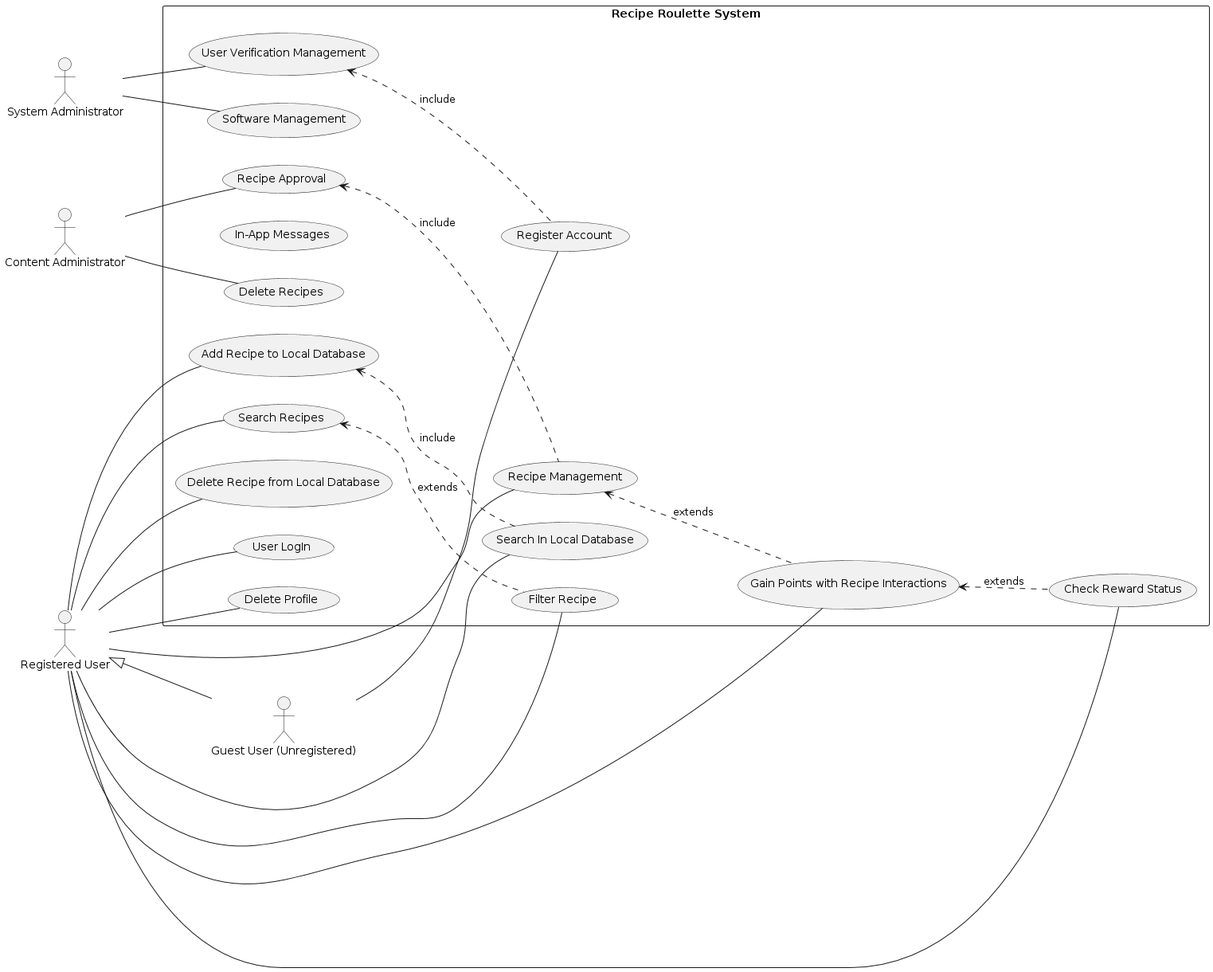
Before: DIAGRAMS/usecasediagram.png, a diagram exported from PlantUML (carmensat/RECIPE-ROULETTE).
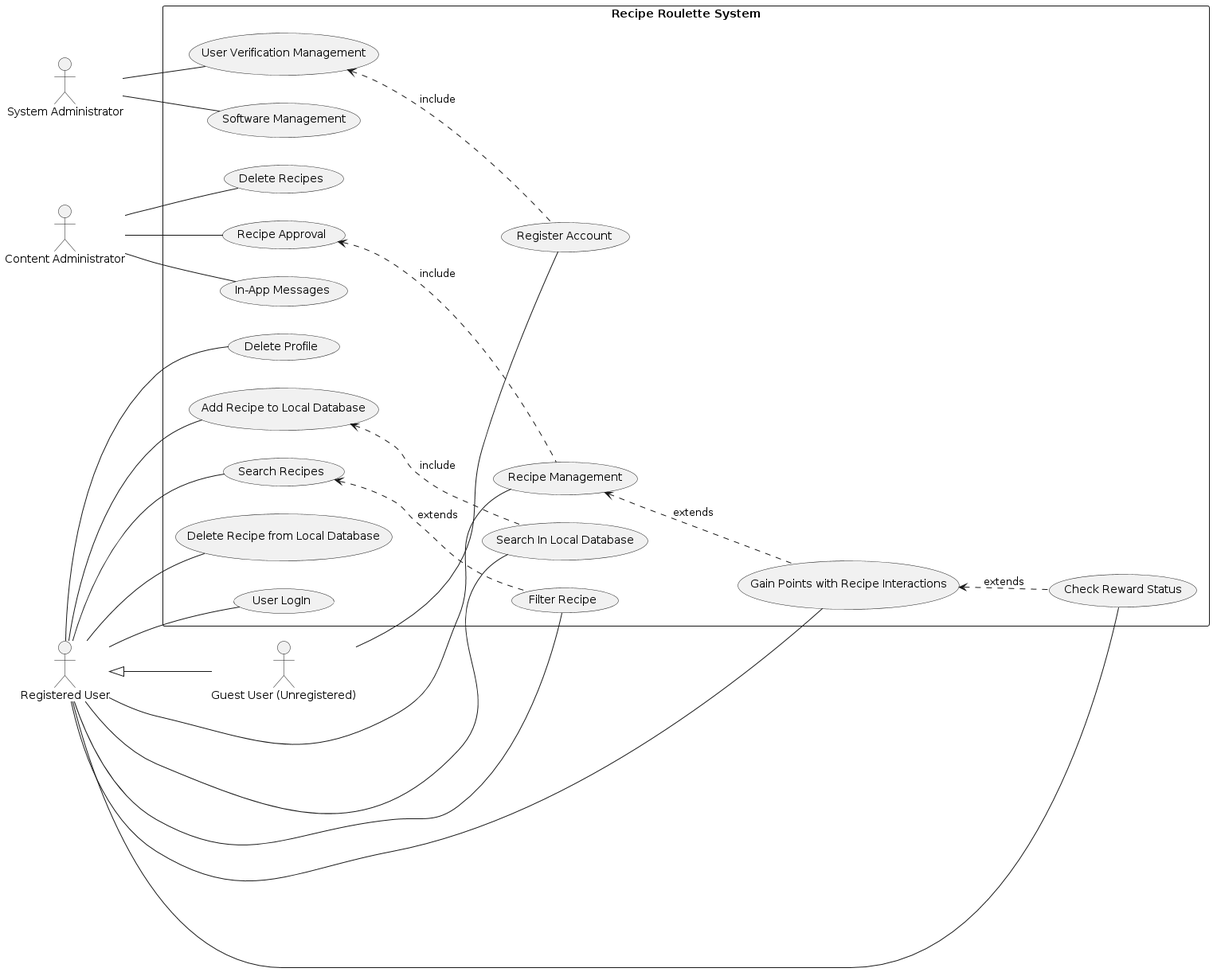
The same diagram one commit later.

Change to the diagram source:
```diff
@@ -44,6 +44,7 @@
 
 Cont -- UC8
 Cont -- UC16
+Cont -- UC12
 
 UC9 .u.> UC2 : extends
 UC4 .u.> UC3 : extends
```
